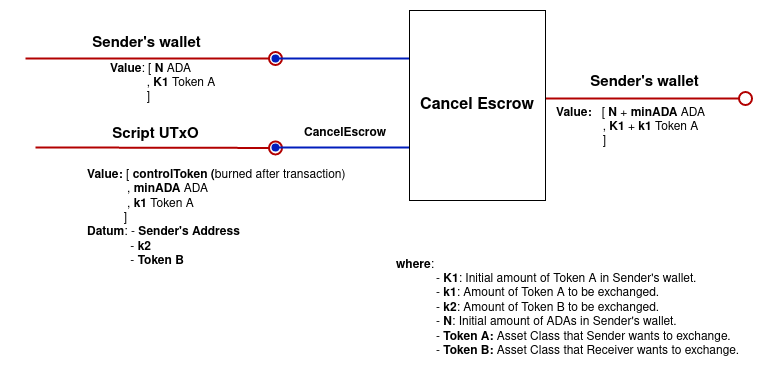
Before: doc/img/cancelEscrow.png, a diagram exported from draw.io (mrpejker/cardano-e2e-example). Source tidied: cells renumbered, new cells last; positions are measured from the earlier drawing's top-left corner, leaving out a move shared by most shapes.
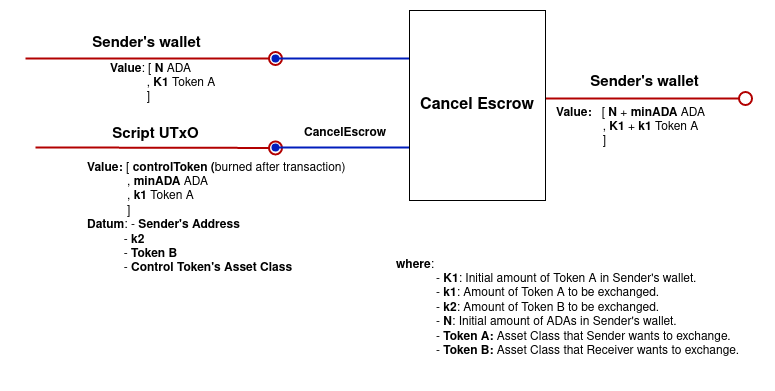
The same diagram one commit later.

What changed in the source:
```diff
@@ -2,7 +2,7 @@
   <root>
     <mxCell id="0" />
     <mxCell id="1" parent="0" />
-    <mxCell id="2" value="&lt;div&gt;&lt;b&gt;Value:&amp;nbsp;&lt;/b&gt;[ &lt;b&gt;controlToken (&lt;/b&gt;burned after transaction)&lt;br&gt;&lt;/div&gt;&lt;div&gt;&lt;b&gt;&lt;span style=&quot;white-space: pre;&quot;&gt;&#9;&lt;/span&gt;&amp;nbsp;&amp;nbsp;&amp;nbsp; &lt;/b&gt;,&lt;b&gt; minADA&lt;/b&gt;&lt;b&gt;&amp;nbsp;&lt;/b&gt;ADA&lt;/div&gt;&amp;nbsp; &amp;nbsp; &amp;nbsp; &amp;nbsp; &amp;nbsp; &amp;nbsp; , &lt;b&gt;k1&lt;/b&gt; Token A&lt;br&gt;&amp;nbsp; &amp;nbsp; &amp;nbsp; &amp;nbsp; &amp;nbsp; &amp;nbsp;]&lt;br&gt;&lt;b&gt;Datum&lt;/b&gt;: - &lt;b&gt;Sender's Address&lt;/b&gt;&lt;br&gt;&#9;&amp;nbsp; &amp;nbsp; &amp;nbsp;&lt;span style=&quot;white-space: pre;&quot;&gt;&#9;&lt;/span&gt;&amp;nbsp; &amp;nbsp; &amp;nbsp;- &lt;b&gt;k2&lt;/b&gt;&lt;br&gt;&lt;div&gt;&lt;span style=&quot;background-color: initial;&quot;&gt;&lt;span style=&quot;&quot;&gt;&#9;&amp;nbsp;&lt;/span&gt;&amp;nbsp; &amp;nbsp; &amp;nbsp; &amp;nbsp; &amp;nbsp; &amp;nbsp; - &lt;b&gt;Token B&lt;/b&gt;&lt;/span&gt;&lt;span style=&quot;background-color: initial;&quot;&gt;&lt;br&gt;&lt;/span&gt;&lt;/div&gt;" style="text;html=1;strokeColor=none;fillColor=none;align=left;verticalAlign=middle;whiteSpace=wrap;rounded=0;" parent="1" vertex="1">
+    <mxCell id="2" value="&lt;div&gt;&lt;b&gt;Value:&amp;nbsp;&lt;/b&gt;[ &lt;b&gt;controlToken (&lt;/b&gt;burned after transaction)&lt;br&gt;&lt;/div&gt;&lt;div&gt;&lt;b&gt;&lt;span style=&quot;&quot;&gt;&#9;&lt;/span&gt;&amp;nbsp;&amp;nbsp;&amp;nbsp;&lt;span style=&quot;white-space: pre;&quot;&gt;&#9;&lt;/span&gt;&amp;nbsp; &amp;nbsp; &lt;/b&gt;,&lt;b&gt; minADA&lt;/b&gt;&lt;b&gt;&amp;nbsp;&lt;/b&gt;ADA&lt;/div&gt;&amp;nbsp; &amp;nbsp; &amp;nbsp; &amp;nbsp; &amp;nbsp; &amp;nbsp; , &lt;b&gt;k1&lt;/b&gt; Token A&lt;br&gt;&amp;nbsp; &amp;nbsp; &amp;nbsp; &amp;nbsp; &amp;nbsp; &amp;nbsp; ]&lt;br&gt;&lt;b&gt;Datum&lt;/b&gt;: - &lt;b&gt;Sender's Address&lt;/b&gt;&lt;br&gt;&#9;&amp;nbsp; &amp;nbsp; &amp;nbsp;&lt;span style=&quot;&quot;&gt;&#9;&lt;/span&gt;&amp;nbsp; &amp;nbsp; &amp;nbsp;- &lt;b&gt;k2&lt;/b&gt;&lt;br&gt;&lt;div&gt;&lt;span style=&quot;background-color: initial;&quot;&gt;&lt;span style=&quot;&quot;&gt;&#9;&amp;nbsp;&lt;/span&gt;&amp;nbsp; &amp;nbsp; &amp;nbsp; &amp;nbsp; &amp;nbsp; - &lt;b&gt;Token B&lt;/b&gt;&lt;/span&gt;&lt;span style=&quot;background-color: initial;&quot;&gt;&lt;br&gt;&lt;/span&gt;&lt;/div&gt;&lt;div&gt;&lt;span style=&quot;background-color: initial;&quot;&gt;&lt;span style=&quot;&quot;&gt;&#9;&lt;/span&gt;&amp;nbsp;&amp;nbsp;&amp;nbsp;&amp;nbsp; &lt;span style=&quot;white-space: pre;&quot;&gt;&#9;&lt;/span&gt;&amp;nbsp;&amp;nbsp; - &lt;b&gt;Control Token's &lt;/b&gt;&lt;/span&gt;&lt;span style=&quot;background-color: initial;&quot;&gt;&lt;b&gt;&lt;span style=&quot;background-color: initial;&quot;&gt;&lt;b&gt;Asset Class&amp;nbsp; &lt;/b&gt;&lt;/span&gt;&lt;/b&gt; &lt;/span&gt;&lt;/div&gt;" style="text;html=1;strokeColor=none;fillColor=none;align=left;verticalAlign=middle;whiteSpace=wrap;rounded=0;" parent="1" vertex="1">
       <mxGeometry x="60" y="146" width="280" height="124" as="geometry" />
     </mxCell>
     <mxCell id="3" style="endArrow=oval;html=1;rounded=0;strokeWidth=2;fillColor=#e51400;strokeColor=#B20000;startArrow=none;startFill=0;endFill=0;endSize=13;" parent="1" edge="1">
```
